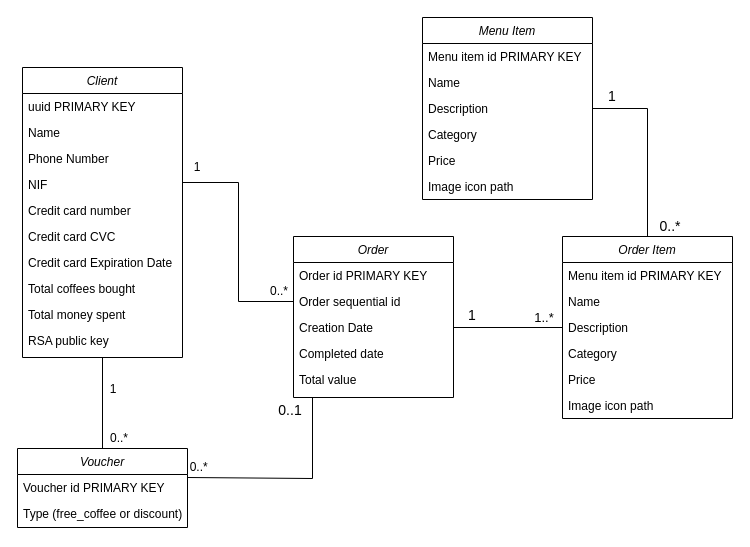
This is Acme.drawio from RMoura98/Coffee-Shop-App, a draw.io file, before an edit. Source tidied: cells renumbered, new cells numbered last; positions are measured from the earlier drawing's top-left corner, leaving out a move shared by most shapes. Both pictures are drawn from the tidied source at 100%, with x=0, y=0 at pixel (17, 17).
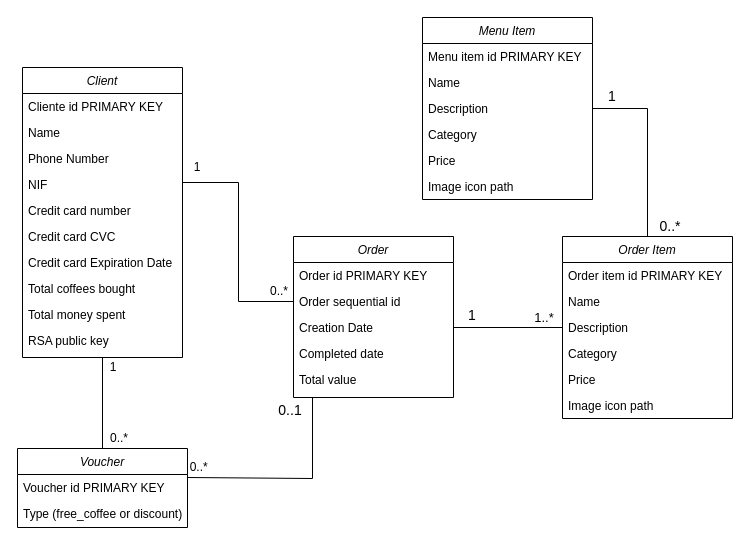
The same diagram, later.

Unchanged cells that the change refers to:
```xml
<mxCell id="4" value="Client" style="swimlane;fontStyle=2;align=center;verticalAlign=top;horizontal=1;startSize=26;rounded=0;shadow=0;strokeWidth=1;" parent="1" vertex="1">
  <mxGeometry x="5" y="50" width="160" height="290" as="geometry" />
</mxCell>
<mxCell id="41" value="Order Item" style="swimlane;fontStyle=2;align=center;verticalAlign=top;horizontal=1;startSize=26;rounded=0;shadow=0;strokeWidth=1;" parent="1" vertex="1">
  <mxGeometry x="545" y="219" width="170" height="182" as="geometry" />
</mxCell>
```

Diff of the diagram source:
```diff
@@
-    <mxCell id="5" value="uuid PRIMARY KEY" style="text;align=left;verticalAlign=top;spacingLeft=4;spacingRight=4;overflow=hidden;" parent="4" vertex="1">
+    <mxCell id="5" value="Cliente id PRIMARY KEY" style="text;align=left;verticalAlign=top;spacingLeft=4;spacingRight=4;overflow=hidden;" parent="4" vertex="1">
       <mxGeometry y="26" width="160" height="26" as="geometry" />
     </mxCell>
@@
     <mxCell id="37" value="1" style="text;html=1;strokeColor=none;fillColor=none;align=center;verticalAlign=middle;whiteSpace=wrap;rounded=0;fontSize=12;" parent="1" vertex="1">
-      <mxGeometry x="76" y="362" width="40" height="20" as="geometry" />
+      <mxGeometry x="76" y="340" width="40" height="20" as="geometry" />
     </mxCell>
@@
-    <mxCell id="42" value="Menu item id PRIMARY KEY" style="text;align=left;verticalAlign=top;spacingLeft=4;spacingRight=4;overflow=hidden;rounded=0;shadow=0;html=0;" parent="41" vertex="1">
+    <mxCell id="42" value="Order item id PRIMARY KEY" style="text;align=left;verticalAlign=top;spacingLeft=4;spacingRight=4;overflow=hidden;rounded=0;shadow=0;html=0;" parent="41" vertex="1">
       <mxGeometry y="26" width="170" height="26" as="geometry" />
     </mxCell>
```
